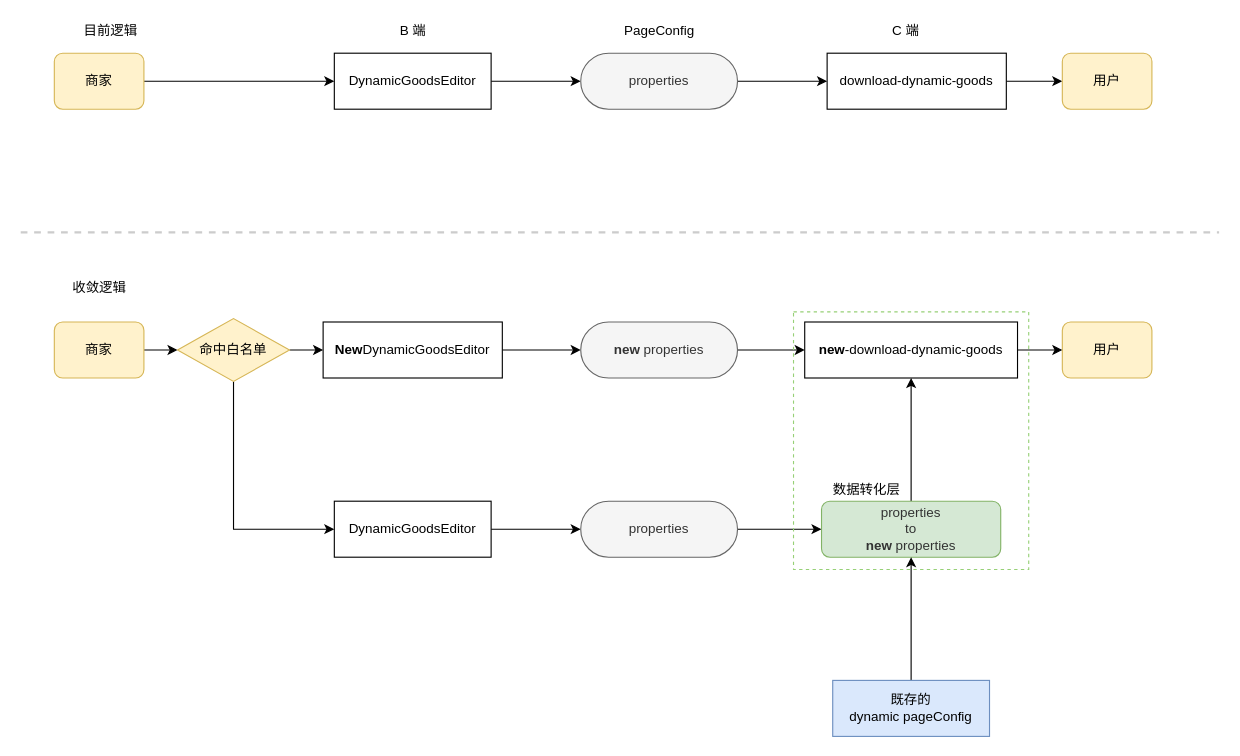
Earlier version of the draw.io diagram Untitled Diagram.drawio (qqqqqcy/processon). Source tidied: cells renumbered, new cells numbered last; positions are measured from the earlier drawing's top-left corner, leaving out a move shared by most shapes. Both pictures are drawn from the tidied source at 112%, with x=0, y=0 at pixel (20, 19).
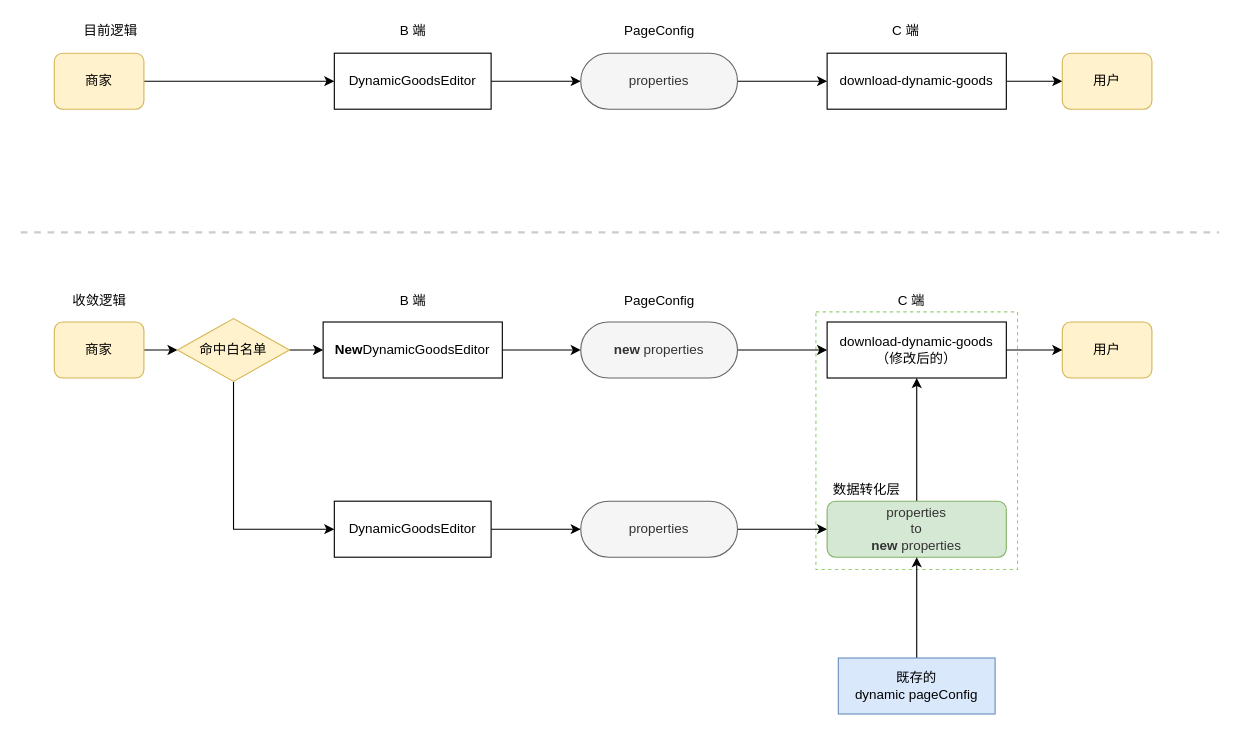
Above is the later version.

Diff of the diagram source:
```diff
@@
+    <mxCell id="37" style="rounded=1;whiteSpace=wrap;html=1;shadow=0;glass=1;sketch=0;strokeColor=#97D077;fillColor=none;dashed=1;arcSize=0;" parent="1" vertex="1">
+      <mxGeometry x="710" y="261" width="180" height="230" as="geometry" />
+    </mxCell>
@@
     <mxCell id="20" value="&lt;span style=&quot;color: rgb(51 , 51 , 51) ; font-family: &amp;#34;helvetica&amp;#34; ; font-size: 12px ; font-style: normal ; font-weight: 400 ; letter-spacing: normal ; text-align: center ; text-indent: 0px ; text-transform: none ; word-spacing: 0px ; display: inline ; float: none&quot;&gt;properties&lt;br&gt;to&lt;br&gt;&lt;b style=&quot;font-family: &amp;#34;helvetica&amp;#34;&quot;&gt;new&lt;/b&gt;&lt;span style=&quot;font-family: &amp;#34;helvetica&amp;#34;&quot;&gt;&amp;nbsp;properties&lt;/span&gt;&lt;br&gt;&lt;/span&gt;" style="rounded=1;whiteSpace=wrap;html=1;shadow=0;sketch=0;fillColor=#d5e8d4;strokeColor=#82b366;" parent="1" vertex="1">
-      <mxGeometry x="715" y="430" width="160" height="50" as="geometry" />
+      <mxGeometry x="720" y="430" width="160" height="50" as="geometry" />
     </mxCell>
@@
     <mxCell id="24" value="收敛逻辑" style="text;html=1;align=center;verticalAlign=middle;" parent="1" vertex="1">
-      <mxGeometry x="40" y="230" width="60" height="20" as="geometry" />
+      <mxGeometry x="40" y="241" width="60" height="20" as="geometry" />
     </mxCell>
@@
-    <mxCell id="30" value="&lt;b&gt;new&lt;/b&gt;-download-dynamic-goods" style="rounded=0;whiteSpace=wrap;html=1;" parent="1" vertex="1">
-      <mxGeometry x="700" y="270" width="190" height="50" as="geometry" />
+    <mxCell id="30" value="download-dynamic-goods&lt;br&gt;（修改后的）" style="rounded=0;whiteSpace=wrap;html=1;" parent="1" vertex="1">
+      <mxGeometry x="720" y="270" width="160" height="50" as="geometry" />
     </mxCell>
@@
     <mxCell id="36" value="既存的 &lt;br&gt;dynamic pageConfig" style="rounded=1;whiteSpace=wrap;html=1;arcSize=0;fillColor=#dae8fc;strokeColor=#6c8ebf;" parent="1" vertex="1">
-      <mxGeometry x="725" y="590" width="140" height="50" as="geometry" />
+      <mxGeometry x="730" y="570" width="140" height="50" as="geometry" />
     </mxCell>
-    <mxCell id="37" style="rounded=1;whiteSpace=wrap;html=1;shadow=0;glass=1;sketch=0;strokeColor=#97D077;fillColor=none;dashed=1;arcSize=0;" parent="1" vertex="1">
-      <mxGeometry x="690" y="261" width="210" height="230" as="geometry" />
-    </mxCell>
@@
+    <mxCell id="39" value="B 端" style="text;html=1;align=center;verticalAlign=middle;" parent="1" vertex="1">
+      <mxGeometry x="330" y="241" width="40" height="20" as="geometry" />
+    </mxCell>
+    <mxCell id="40" value="PageConfig" style="text;html=1;align=center;verticalAlign=middle;" parent="1" vertex="1">
+      <mxGeometry x="530" y="241" width="80" height="20" as="geometry" />
+    </mxCell>
+    <mxCell id="41" value="C 端" style="text;html=1;align=center;verticalAlign=middle;" parent="1" vertex="1">
+      <mxGeometry x="775" y="241" width="40" height="20" as="geometry" />
+    </mxCell>
```
